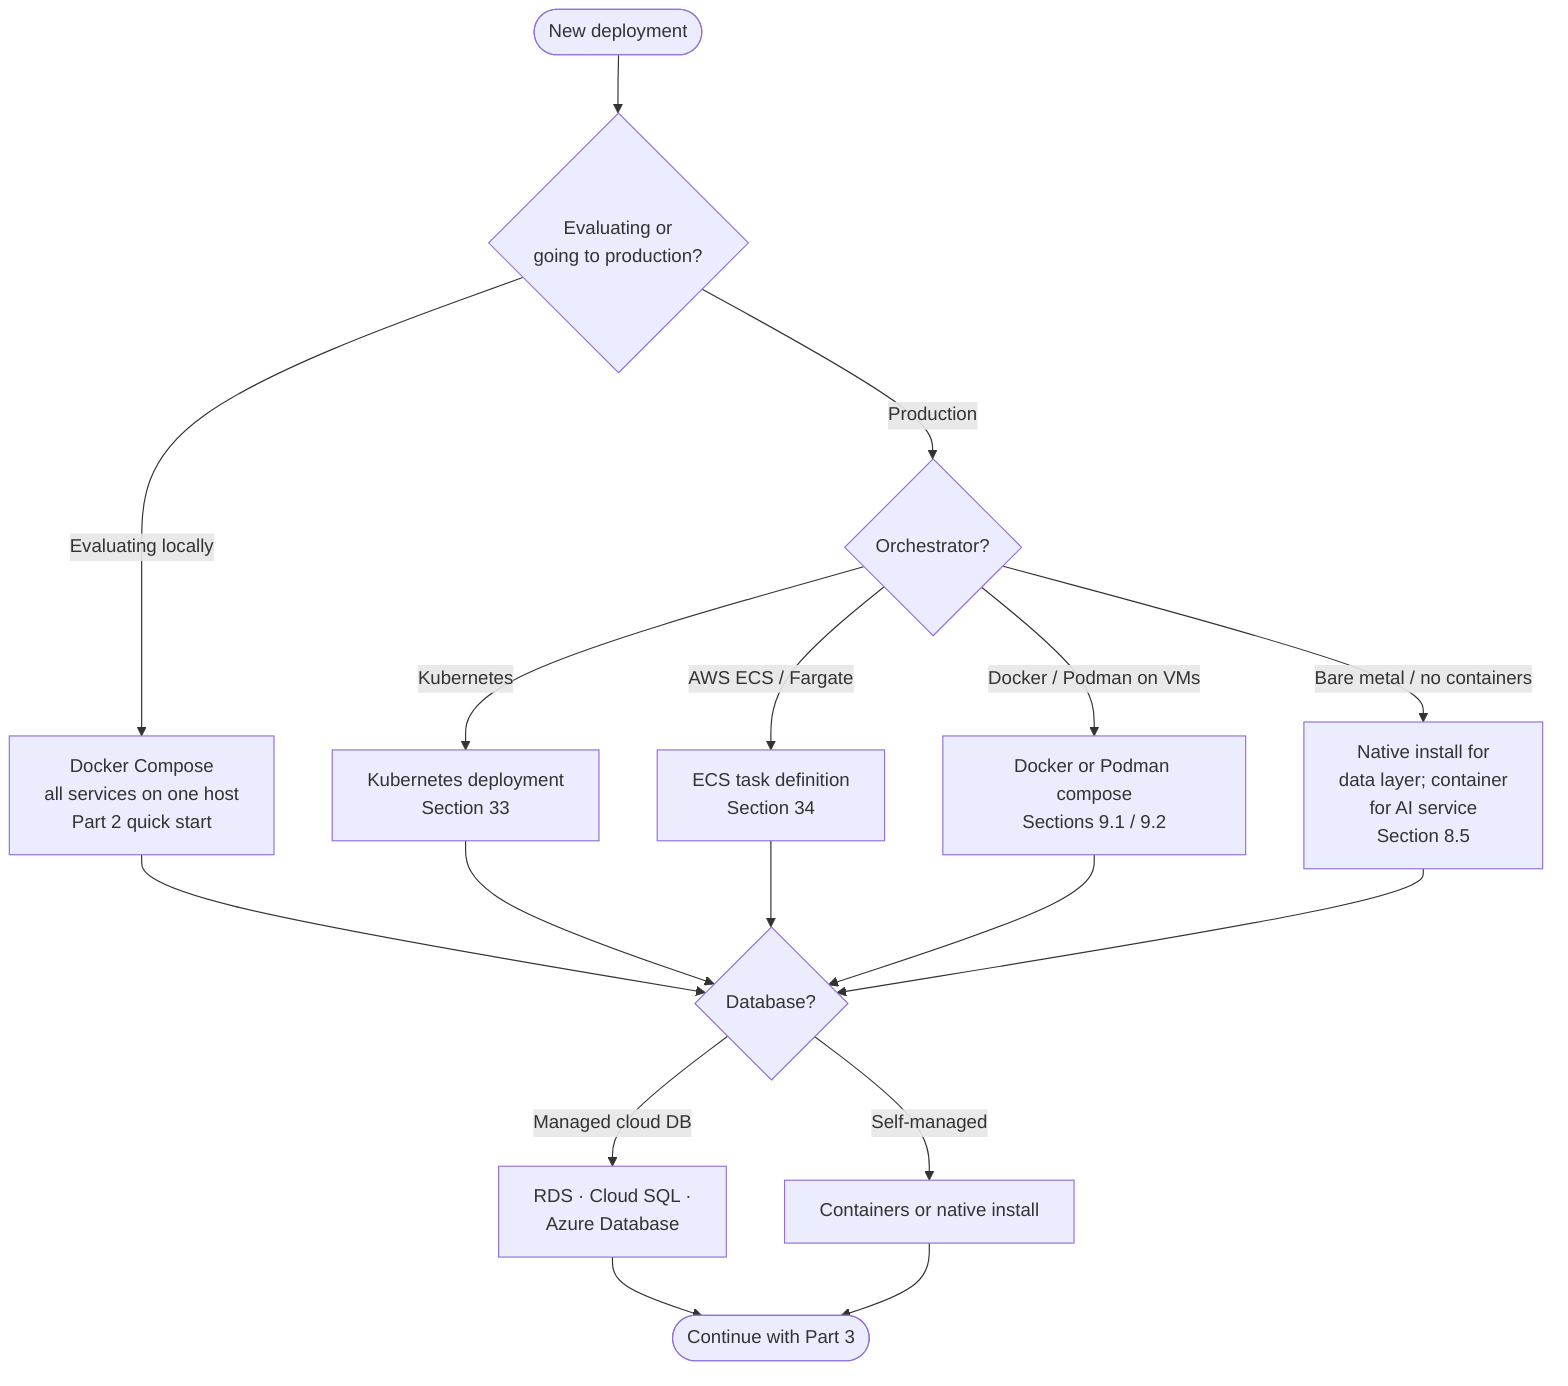
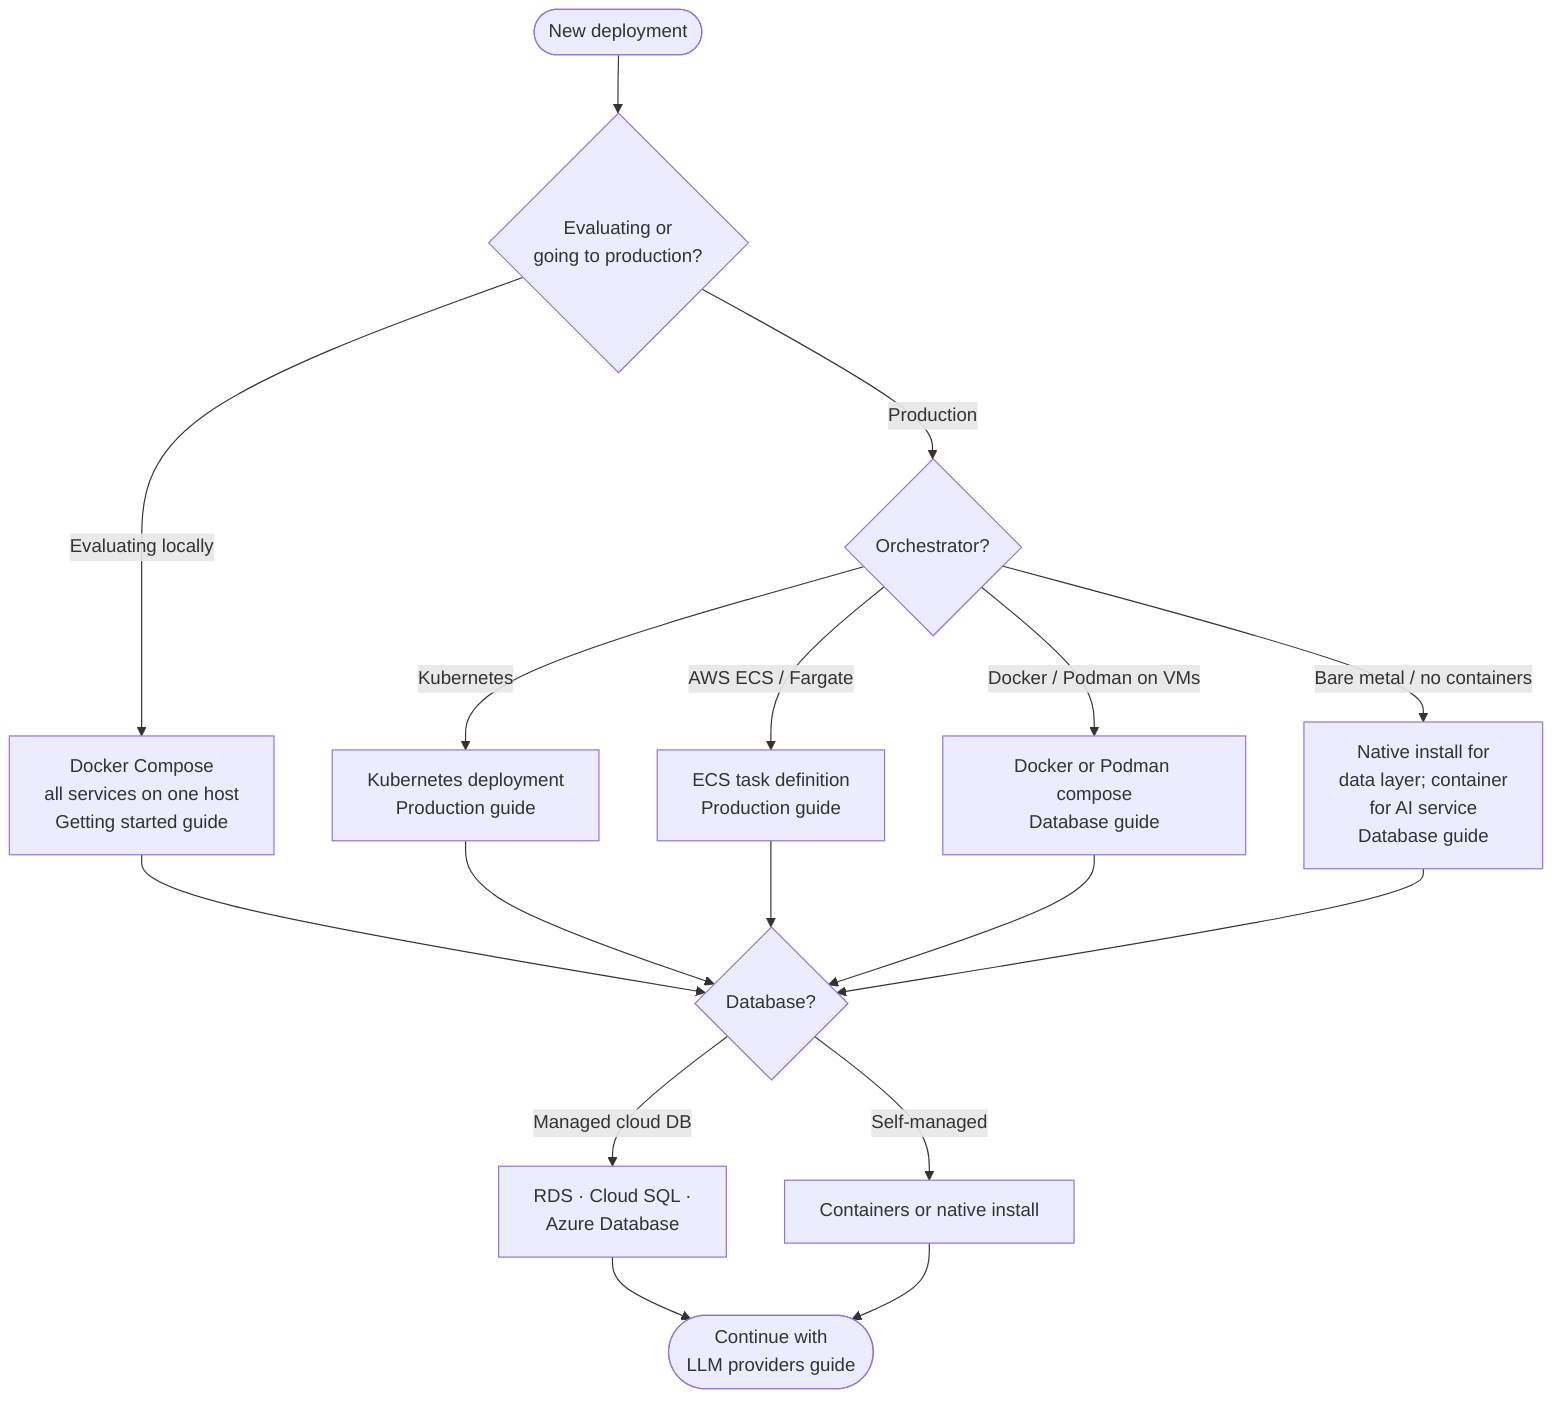
flowchart TD
    Start([New deployment]) --> Q1{Evaluating or<br>going to production?}
-     Q1 -->|Evaluating locally| Compose[Docker Compose<br>all services on one host<br>Part 2 quick start]
+     Q1 -->|Evaluating locally| Compose[Docker Compose<br>all services on one host<br>Getting started guide]
    Q1 -->|Production| Q2{Orchestrator?}
-     Q2 -->|Kubernetes| K8s[Kubernetes deployment<br>Section 33]
-     Q2 -->|AWS ECS / Fargate| ECS[ECS task definition<br>Section 34]
-     Q2 -->|Docker / Podman on VMs| VMs[Docker or Podman compose<br>Sections 9.1 / 9.2]
-     Q2 -->|Bare metal / no containers| Bare[Native install for<br>data layer; container<br>for AI service<br>Section 8.5]
+     Q2 -->|Kubernetes| K8s[Kubernetes deployment<br>Production guide]
+     Q2 -->|AWS ECS / Fargate| ECS[ECS task definition<br>Production guide]
+     Q2 -->|Docker / Podman on VMs| VMs[Docker or Podman compose<br>Database guide]
+     Q2 -->|Bare metal / no containers| Bare[Native install for<br>data layer; container<br>for AI service<br>Database guide]
    Compose --> DB{Database?}
    K8s --> DB
    ECS --> DB
    VMs --> DB
    Bare --> DB
    DB -->|Managed cloud DB| Managed[RDS · Cloud SQL ·<br>Azure Database]
    DB -->|Self-managed| Self[Containers or native install]
-     Managed --> Done([Continue with Part 3])
+     Managed --> Done([Continue with<br>LLM providers guide])
    Self --> Done
